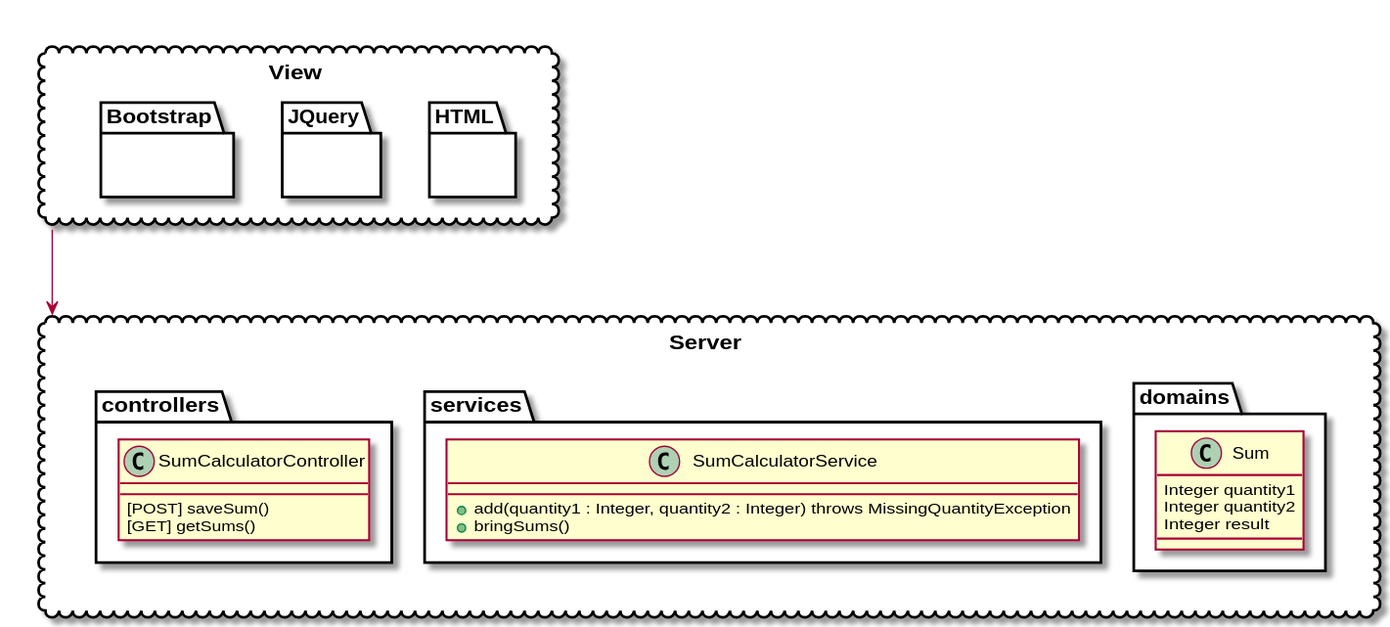
This is docs/diagrams/uml.svg from jorgwel/grails_example, a PlantUML export, as it was before one commit. Its source is kept beside it as docs/uml.puml. The source it was exported from:
```plantuml
@startuml

package View <<Cloud>> {
       package HTML {}
       package JQuery {}
       package Bootstrap {}
}

package Server <<Cloud>> {

        namespace domains {
              class Sum {
                    Integer quantity1
                    Integer quantity2
                    Integer result
              }
        }

        namespace services {
                  class SumCalculatorService {
                        + add(quantity1 : Integer, quantity2 : Integer) throws MissingQuantityException
                        + bringSums()
                  }
        }


        namespace controllers {
                  class SumCalculatorController {
                        [POST] saveSum()
                        [GET] getSums()
                  }
        }



}

View ---> Server

@enduml
```
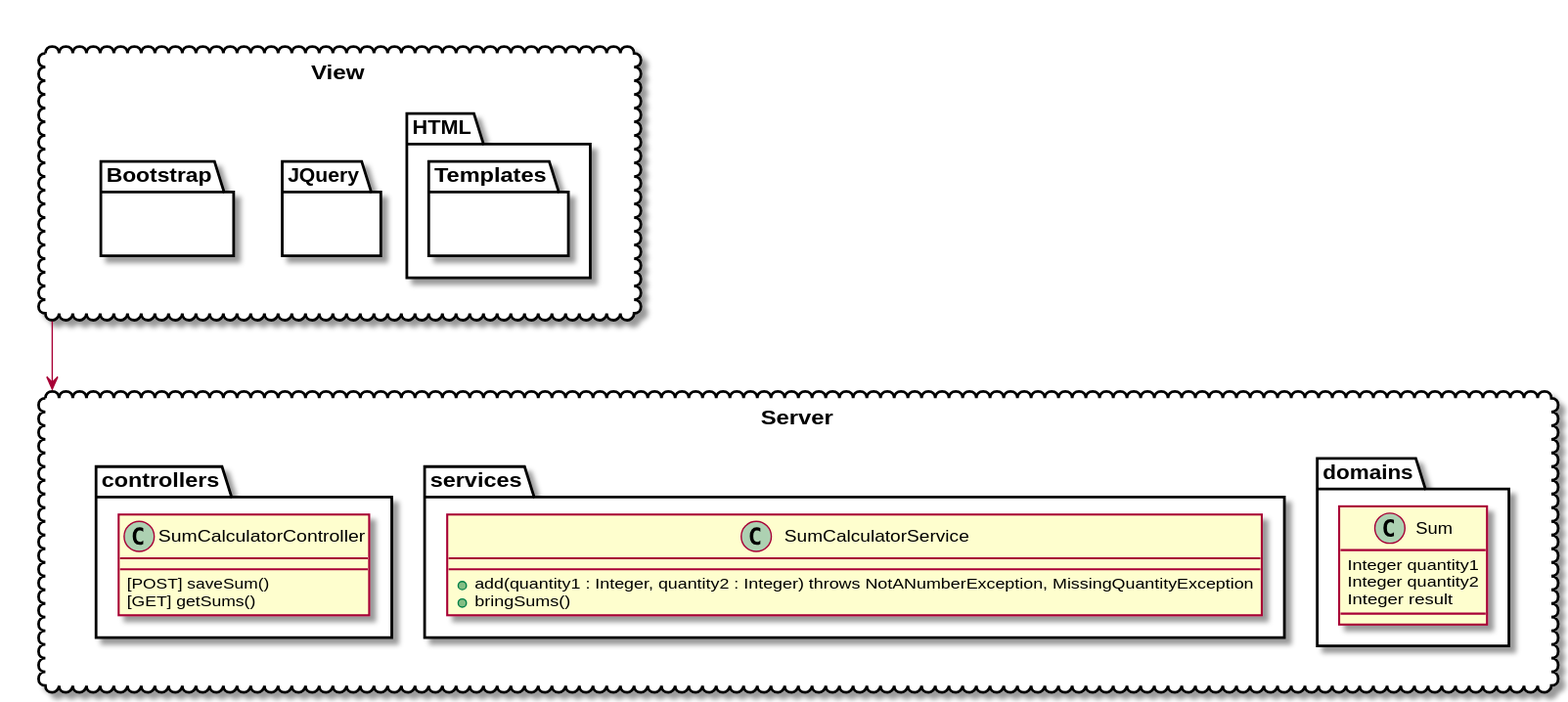
After the change.

The edit, as a diff of the source:
```diff
@@ -1,7 +1,10 @@
 @startuml
 
 package View <<Cloud>> {
-       package HTML {}
+       package HTML {
+               package Templates {
+               }
+       }
        package JQuery {}
        package Bootstrap {}
 }
@@ -18,7 +21,7 @@
 
         namespace services {
                   class SumCalculatorService {
-                        + add(quantity1 : Integer, quantity2 : Integer) throws MissingQuantityException
+                        + add(quantity1 : Integer, quantity2 : Integer) throws NotANumberException, MissingQuantityException
                         + bringSums()
                   }
         }
@@ -32,7 +35,6 @@
         }
 
 
-
 }
 
 View ---> Server
```
